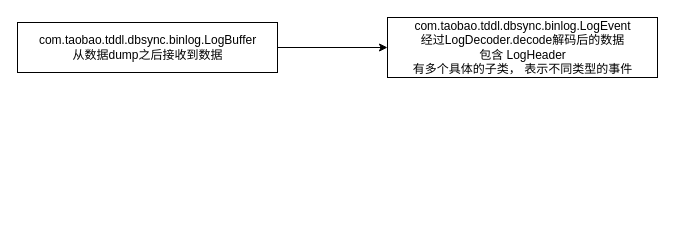
The draw.io diagram page "实体转换" (2 of 3) of Canal.drawio in shixw/drawio-depository, before the edit. Source tidied: cells renumbered, new cells numbered last; positions are measured from the earlier drawing's top-left corner, leaving out a move shared by most shapes. Both pictures are drawn from the tidied source at 100%, with x=0, y=0 at pixel (17, 17).
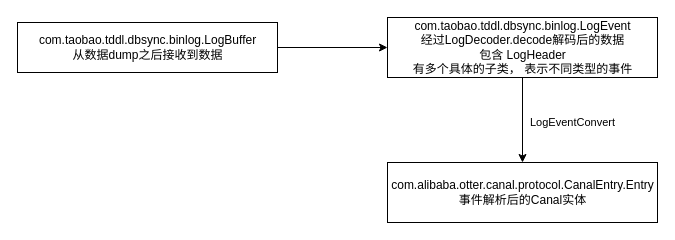
After the change.

What changed in the source:
```diff
@@
 <mxGraphModel>
   <root>
     <mxCell id="0" />
     <mxCell id="1" parent="0" />
     <mxCell id="2" style="edgeStyle=orthogonalEdgeStyle;rounded=0;jettySize=auto;html=1;" parent="1" edge="1" source="3" target="4">
       <mxGeometry relative="1" as="geometry" />
     </mxCell>
     <mxCell id="3" value="com.taobao.tddl.dbsync.binlog.LogBuffer&lt;br&gt;从数据dump之后接收到数据" style="html=1;strokeColor=#000000;strokeWidth=1;fillColor=default;" parent="1" vertex="1">
       <mxGeometry y="5" width="260" height="50" as="geometry" />
     </mxCell>
+    <mxCell id="5" style="edgeStyle=orthogonalEdgeStyle;rounded=0;jettySize=auto;html=1;fontSize=11;" parent="1" edge="1" source="4" target="6">
+      <mxGeometry relative="1" as="geometry" />
+    </mxCell>
     <mxCell id="4" value="com.taobao.tddl.dbsync.binlog.LogEvent&lt;br&gt;经过LogDecoder.decode解码后的数据&lt;br&gt;包含 LogHeader&lt;br&gt;有多个具体的子类， 表示不同类型的事件" style="html=1;strokeColor=#000000;strokeWidth=1;fillColor=default;" parent="1" vertex="1">
       <mxGeometry x="370" width="270" height="60" as="geometry" />
     </mxCell>
+    <mxCell id="6" value="com.alibaba.otter.canal.protocol.CanalEntry.Entry&lt;br&gt;事件解析后的Canal实体" style="html=1;strokeColor=#000000;strokeWidth=1;fillColor=default;" parent="1" vertex="1">
+      <mxGeometry x="370" y="145" width="270" height="60" as="geometry" />
+    </mxCell>
+    <mxCell id="7" value="LogEventConvert" style="text;html=1;align=center;verticalAlign=middle;strokeColor=none;fillColor=none;fontSize=11;" parent="1" vertex="1">
+      <mxGeometry x="500" y="95" width="110" height="20" as="geometry" />
+    </mxCell>
   </root>
 </mxGraphModel>
```
